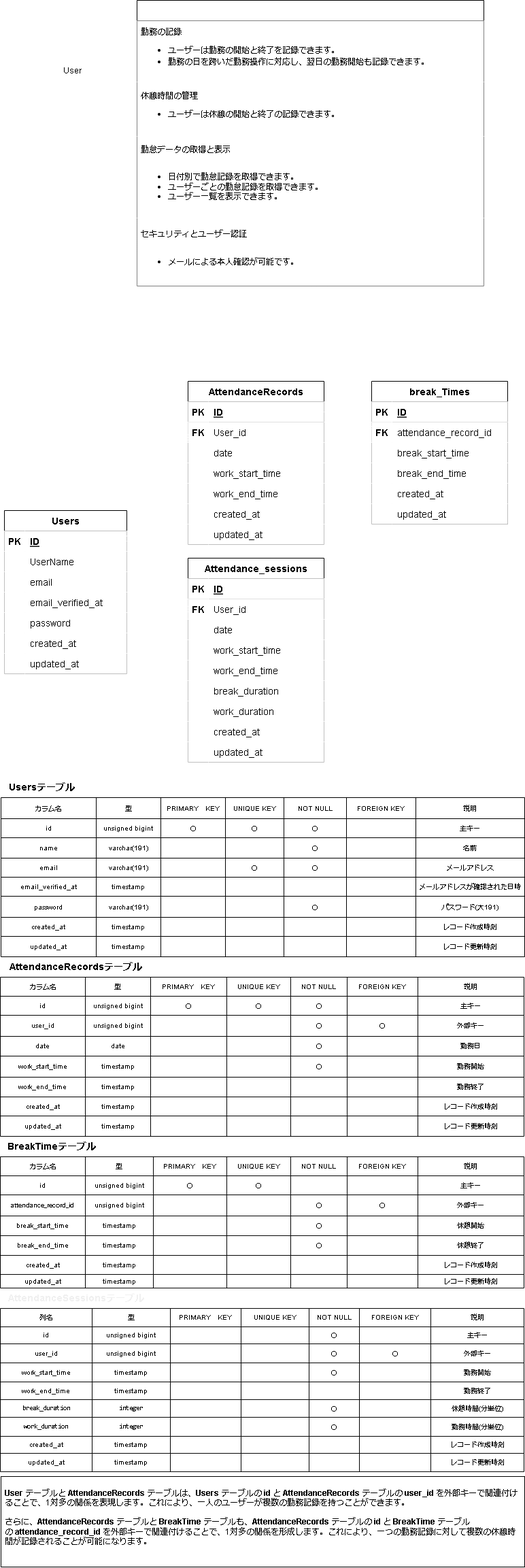
This is atte.drawio.png from ponponmama/20240625-erika_hara-atte, a draw.io export, as it was before one commit. Source tidied: cells renumbered, new cells last; positions are measured from the earlier drawing's top-left corner, leaving out a move shared by most shapes.
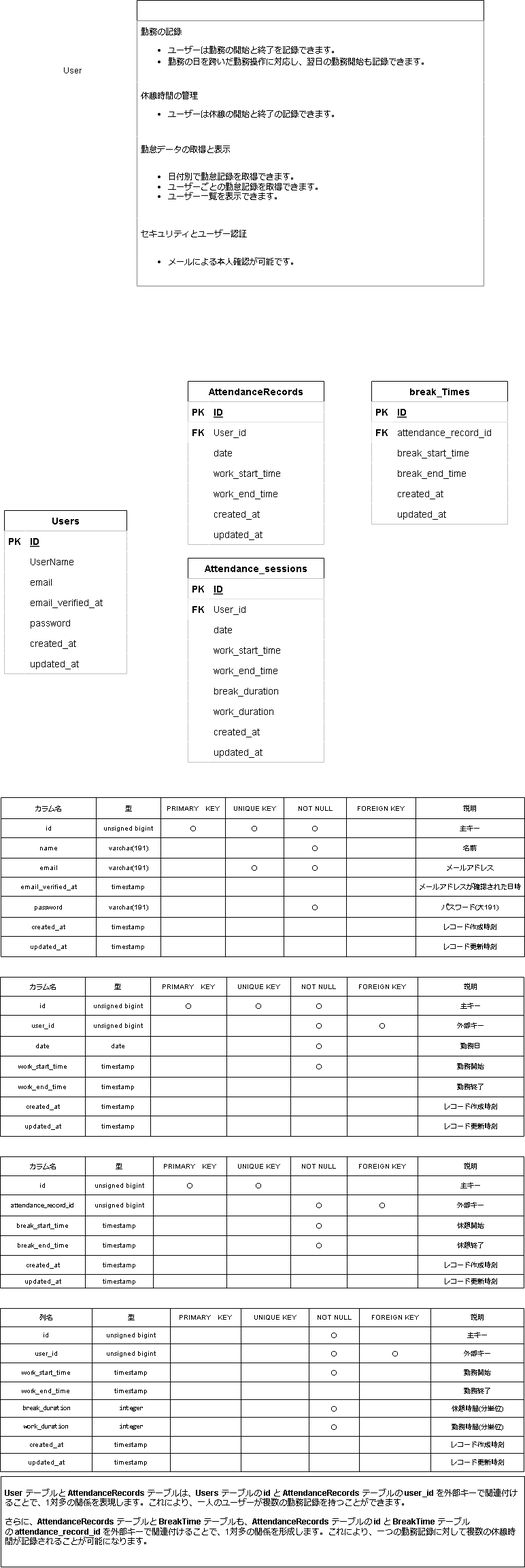
Later version of the same file.

Commit message:
文 字色を修正

The edit, as a diff of the source:
```diff
@@ -490,7 +490,7 @@
     <mxCell id="163" value="&lt;font style=&quot;font-size: 10px;&quot;&gt;レコード更新時刻&lt;/font&gt;" style="shape=partialRectangle;html=1;whiteSpace=wrap;fillColor=none;top=0;left=0;bottom=0;right=0;overflow=hidden;fontSize=10;" parent="156" vertex="1">
       <mxGeometry x="610" width="160" height="30" as="geometry" />
     </mxCell>
-    <mxCell id="164" value="&lt;font style=&quot;font-size: 14px;&quot;&gt;Usersテーブル&lt;/font&gt;" style="text;html=1;align=center;verticalAlign=middle;strokeColor=none;fillColor=none;fontSize=14;fontStyle=1;fontColor=default;" parent="1" vertex="1">
+    <mxCell id="164" value="&lt;font style=&quot;font-size: 14px;&quot;&gt;Usersテーブル&lt;/font&gt;" style="text;html=1;align=center;verticalAlign=middle;strokeColor=none;fillColor=none;fontSize=14;fontStyle=1;fontColor=#FFFFFF;" parent="1" vertex="1">
       <mxGeometry x="1" y="1142" width="120" height="30" as="geometry" />
     </mxCell>
     <mxCell id="165" style="shape=table;html=1;whiteSpace=wrap;startSize=0;fontSize=10;" parent="1" vertex="1">
@@ -688,7 +688,7 @@
     <mxCell id="229" value="レコード更新時刻" style="shape=partialRectangle;html=1;whiteSpace=wrap;fillColor=none;top=0;left=0;bottom=0;right=0;overflow=hidden;fontSize=10;" parent="222" vertex="1">
       <mxGeometry x="614" width="156" height="30" as="geometry" />
     </mxCell>
-    <mxCell id="230" value="&lt;font style=&quot;font-size: 14px;&quot;&gt;AttendanceRecordsテーブル&lt;/font&gt;" style="text;html=1;align=center;verticalAlign=middle;strokeColor=none;fillColor=none;fontSize=14;fontStyle=1;fontColor=default;" parent="1" vertex="1">
+    <mxCell id="230" value="&lt;font style=&quot;font-size: 14px;&quot;&gt;AttendanceRecordsテーブル&lt;/font&gt;" style="text;html=1;align=center;verticalAlign=middle;strokeColor=none;fillColor=none;fontSize=14;fontStyle=1;fontColor=#FFFFFF;" parent="1" vertex="1">
       <mxGeometry x="1" y="1406" width="220" height="30" as="geometry" />
     </mxCell>
     <mxCell id="231" style="shape=table;html=1;whiteSpace=wrap;startSize=0;fontSize=10;" parent="1" vertex="1">
@@ -862,7 +862,7 @@
     <mxCell id="287" value="レコード更新時刻" style="shape=partialRectangle;html=1;whiteSpace=wrap;fillColor=none;top=0;left=0;bottom=0;right=0;overflow=hidden;fontSize=10;" parent="280" vertex="1">
       <mxGeometry x="614" width="156" height="20" as="geometry" />
     </mxCell>
-    <mxCell id="288" value="&lt;font style=&quot;font-size: 14px;&quot;&gt;BreakTimeテーブル&lt;/font&gt;" style="text;html=1;align=center;verticalAlign=middle;strokeColor=none;fillColor=none;fontSize=14;fontStyle=1;fontColor=default;" parent="1" vertex="1">
+    <mxCell id="288" value="&lt;font style=&quot;font-size: 14px;&quot;&gt;BreakTimeテーブル&lt;/font&gt;" style="text;html=1;align=center;verticalAlign=middle;strokeColor=none;fillColor=none;fontSize=14;fontStyle=1;fontColor=#FFFFFF;" parent="1" vertex="1">
       <mxGeometry y="1670" width="150" height="30" as="geometry" />
     </mxCell>
     <mxCell id="289" style="shape=table;html=1;whiteSpace=wrap;startSize=0;fontSize=10;fontColor=default;" parent="1" vertex="1">
@@ -1087,7 +1087,7 @@
     <mxCell id="362" value="&lt;section style=&quot;border-radius: 4px; margin: 6px 0px; padding: 4px; position: relative; scroll-margin-bottom: 40px; scroll-margin-top: 40px;&quot; class=&quot;markdown-section&quot; id=&quot;markdown-section-6a392228-1386-4255-89c0-1edfaf3b80cf-4&quot;&gt;&lt;span style=&quot;font-weight: 600; margin-top: 0px;&quot;&gt;User&lt;/span&gt;&amp;nbsp;テーブルと&amp;nbsp;&lt;span style=&quot;font-weight: 600;&quot;&gt;AttendanceRecords&lt;/span&gt;&amp;nbsp;テーブルは、&lt;span style=&quot;font-weight: 600;&quot;&gt;Users&lt;/span&gt;&amp;nbsp;テーブルの&amp;nbsp;&lt;span style=&quot;font-weight: 600;&quot;&gt;id&lt;/span&gt;&amp;nbsp;と&amp;nbsp;&lt;span style=&quot;font-weight: 600;&quot;&gt;AttendanceRecords&lt;/span&gt;&amp;nbsp;テーブルの&amp;nbsp;&lt;span style=&quot;font-weight: 600;&quot;&gt;user_id&lt;/span&gt;&lt;span style=&quot;margin-bottom: 0px;&quot;&gt;&amp;nbsp;を外部キーで関連付けることで、1対多の関係を表現します。これにより、一人のユーザーが複数の勤務記録を持つことができます。&lt;/span&gt;&lt;/section&gt;&lt;section style=&quot;border-radius: 4px; margin: 6px 0px; padding: 4px; position: relative; scroll-margin-bottom: 40px; scroll-margin-top: 40px;&quot; data-markdown-raw=&quot;さらに、**AttendanceRecords** テーブルと **BreakTime** テーブルも、**AttendanceRecords** テーブルの **id** と **BreakTime** テーブルの **attendance_record_id** を外部キーで関連付けることで、1対多の関係を形成します。これにより、一つの勤務記録に対して複数の休憩時間が記録されることが可能になります。&quot; class=&quot;markdown-section&quot; id=&quot;markdown-section-6a392228-1386-4255-89c0-1edfaf3b80cf-6&quot;&gt;&lt;div style=&quot;animation: auto ease 0s 1 normal none running none !important;&quot; class=&quot;markdown-section-toolbar&quot;&gt;&lt;div style=&quot;animation: auto ease 0s 1 normal none running none !important; height: 0px; width: 481px;&quot;&gt;&lt;div style=&quot;border-radius: 4px; display: flex; gap: 4px; opacity: 1; position: absolute; right: 8px; top: 0px; transform: translateY(-85%); z-index: 303; animation: auto ease 0s 1 normal none running none !important;&quot; class=&quot;markdown-section-toolbar-internal&quot;&gt;&lt;div style=&quot;display: flex; position: relative; align-items: center; border-radius: 3px; color: var(--vscode-foreground); cursor: pointer; height: 20px; justify-content: center; opacity: 0.3; width: 16px; animation: auto ease 0s 1 normal none running none !important;&quot; class=&quot;markdown-section-toolbar-item tooltip tooltip-top tooltip-delay-medium dark&quot;&gt;&lt;span style=&quot;border-radius: 6px; color: var(--vscode-editor-foreground); font-size: 10px; opacity: 0; padding: 0px 4px; position: absolute; transition: opacity 0.3s ease 0.5s; visibility: hidden; width: max-content; z-index: 1; bottom: 20px; left: 8px; transform: translateX(-50%); animation: auto ease 0s 1 normal none running none !important; box-shadow: rgba(255, 255, 255, 0.1) 0px 4px 8px !important; background-color: rgba(255, 255, 255, 0.1) !important; border-color: rgba(255, 255, 255, 0.2) !important;&quot; class=&quot;tooltip-text&quot;&gt;&lt;/span&gt;&lt;span style=&quot;display: inline-block; font-variant-numeric: normal; font-variant-east-asian: normal; font-variant-alternates: normal; font-kerning: auto; font-optical-sizing: auto; font-feature-settings: normal; font-variation-settings: normal; font-variant-position: normal; font-stretch: normal; font-size: 16px; line-height: 1; font-family: codicon; text-rendering: auto; -webkit-font-smoothing: antialiased; user-select: none; animation: auto ease 0s 1 normal none running none !important;&quot; class=&quot;codicon codicon-reply&quot;&gt;&lt;/span&gt;&lt;/div&gt;&lt;div style=&quot;display: flex; position: relative; align-items: center; border-radius: 3px; color: var(--vscode-foreground); cursor: pointer; height: 20px; justify-content: center; opacity: 0.3; width: 16px; animation: auto ease 0s 1 normal none running none !important;&quot; class=&quot;markdown-section-toolbar-item tooltip tooltip-top tooltip-delay-medium dark&quot;&gt;&lt;span style=&quot;border-radius: 6px; color: var(--vscode-editor-foreground); font-size: 10px; opacity: 0; padding: 0px 4px; position: absolute; transition: opacity 0.3s ease 0.5s; visibility: hidden; width: max-content; z-index: 1; bottom: 20px; left: 8px; transform: translateX(-50%); animation: auto ease 0s 1 normal none running none !important; box-shadow: rgba(255, 255, 255, 0.1) 0px 4px 8px !important; background-color: rgba(255, 255, 255, 0.1) !important; border-color: rgba(255, 255, 255, 0.2) !important;&quot; class=&quot;tooltip-text&quot;&gt;&lt;/span&gt;&lt;span style=&quot;display: inline-block; font-variant-numeric: normal; font-variant-east-asian: normal; font-variant-alternates: normal; font-kerning: auto; font-optical-sizing: auto; font-feature-settings: normal; font-variation-settings: normal; font-variant-position: normal; font-stretch: normal; font-size: 16px; line-height: 1; font-family: codicon; text-rendering: auto; -webkit-font-smoothing: antialiased; user-select: none; animation: auto ease 0s 1 normal none running none !important;&quot; class=&quot;codicon codicon-play&quot;&gt;&lt;/span&gt;&lt;/div&gt;&lt;div style=&quot;display: flex; position: relative; align-items: center; border-radius: 3px; color: var(--vscode-foreground); cursor: pointer; height: 20px; justify-content: center; opacity: 0.3; width: 16px; animation: auto ease 0s 1 normal none running none !important; pointer-events: auto;&quot; class=&quot;markdown-section-toolbar-item markdown-section-toolbar-copy tooltip tooltip-top tooltip-delay-medium dark&quot;&gt;&lt;span style=&quot;border-radius: 6px; color: var(--vscode-editor-foreground); font-size: 10px; opacity: 0; padding: 0px 4px; position: absolute; transition: opacity 0.3s ease 0.5s; visibility: hidden; width: max-content; z-index: 1; bottom: 20px; left: 8px; transform: translateX(-50%); animation: auto ease 0s 1 normal none running none !important; box-shadow: rgba(255, 255, 255, 0.1) 0px 4px 8px !important; background-color: rgba(255, 255, 255, 0.1) !important; border-color: rgba(255, 255, 255, 0.2) !important;&quot; class=&quot;tooltip-text&quot;&gt;&lt;/span&gt;&lt;span style=&quot;display: inline-block; font-variant-numeric: normal; font-variant-east-asian: normal; font-variant-alternates: normal; font-kerning: auto; font-optical-sizing: auto; font-feature-settings: normal; font-variation-settings: normal; font-variant-position: normal; font-stretch: normal; font-size: 16px; line-height: 1; font-family: codicon; text-rendering: auto; -webkit-font-smoothing: antialiased; user-select: none; animation: auto ease 0s 1 normal none running none !important;&quot; class=&quot;codicon codicon-copy&quot;&gt;&lt;/span&gt;&lt;/div&gt;&lt;/div&gt;&lt;/div&gt;&lt;/div&gt;&lt;span style=&quot;margin-top: 0px;&quot;&gt;さらに、&lt;/span&gt;&lt;span style=&quot;font-weight: 600;&quot;&gt;AttendanceRecords&lt;/span&gt;&amp;nbsp;テーブルと&amp;nbsp;&lt;span style=&quot;font-weight: 600;&quot;&gt;BreakTime&lt;/span&gt;&amp;nbsp;テーブルも、&lt;span style=&quot;font-weight: 600;&quot;&gt;AttendanceRecords&lt;/span&gt;&amp;nbsp;テーブルの&amp;nbsp;&lt;span style=&quot;font-weight: 600;&quot;&gt;id&lt;/span&gt;&amp;nbsp;と&amp;nbsp;&lt;span style=&quot;font-weight: 600;&quot;&gt;BreakTime&lt;/span&gt;&amp;nbsp;テーブルの&amp;nbsp;&lt;span style=&quot;font-weight: 600;&quot;&gt;attendance_record_id&lt;/span&gt;&lt;span style=&quot;margin-bottom: 0px;&quot;&gt;&amp;nbsp;を外部キーで関連付けることで、1対多の関係を形成します。これにより、一つの勤務記録に対して複数の休憩時間が記録されることが可能になります。&lt;/span&gt;&lt;/section&gt;&lt;section style=&quot;border-radius: 4px; margin: 6px 0px; padding: 4px; position: relative; scroll-margin-bottom: 40px; scroll-margin-top: 40px;&quot; class=&quot;markdown-section&quot; id=&quot;markdown-section-6a392228-1386-4255-89c0-1edfaf3b80cf-8&quot;&gt;&lt;div style=&quot;color: rgb(214, 214, 221); font-family: &amp;quot;Segoe WPC&amp;quot;, &amp;quot;Segoe UI&amp;quot;, &amp;quot;Yu Gothic UI&amp;quot;, &amp;quot;Meiryo UI&amp;quot;, sans-serif; font-size: 13px; background-color: rgb(24, 24, 24); animation: auto ease 0s 1 normal none running none !important;&quot; class=&quot;markdown-section-toolbar&quot;&gt;&lt;div style=&quot;animation: auto ease 0s 1 normal none running none !important; height: 0px; width: 481px;&quot;&gt;&lt;div style=&quot;border-radius: 4px; display: flex; gap: 4px; opacity: 0; position: absolute; right: 8px; top: 0px; transform: translateY(-85%); z-index: 303; animation: auto ease 0s 1 normal none running none !important;&quot; class=&quot;markdown-section-toolbar-internal&quot;&gt;&lt;div style=&quot;display: flex; position: relative; align-items: center; border-radius: 3px; color: var(--vscode-foreground); cursor: pointer; height: 20px; justify-content: center; opacity: 0.3; width: 16px; animation: auto ease 0s 1 normal none running none !important;&quot; class=&quot;markdown-section-toolbar-item tooltip tooltip-top tooltip-delay-medium dark&quot;&gt;&lt;span style=&quot;border-radius: 6px; color: var(--vscode-editor-foreground); font-size: 10px; opacity: 0; padding: 0px 4px; position: absolute; transition: opacity 0.3s ease 0.5s; visibility: hidden; width: max-content; z-index: 1; bottom: 20px; left: 8px; transform: translateX(-50%); animation: auto ease 0s 1 normal none running none !important; box-shadow: rgba(255, 255, 255, 0.1) 0px 4px 8px !important; background-color: rgba(255, 255, 255, 0.1) !important; border-color: rgba(255, 255, 255, 0.2) !important;&quot; class=&quot;tooltip-text&quot;&gt;&lt;/span&gt;&lt;span style=&quot;display: inline-block; font-variant-numeric: normal; font-variant-east-asian: normal; font-variant-alternates: normal; font-kerning: auto; font-optical-sizing: auto; font-feature-settings: normal; font-variation-settings: normal; font-variant-position: normal; font-stretch: normal; font-size: 16px; line-height: 1; font-family: codicon; text-rendering: auto; -webkit-font-smoothing: antialiased; user-select: none; animation: auto ease 0s 1 normal none running none !important;&quot; class=&quot;codicon codicon-reply&quot;&gt;&lt;/span&gt;&lt;/div&gt;&lt;div style=&quot;display: flex; position: relative; align-items: center; border-radius: 3px; color: var(--vscode-foreground); cursor: pointer; height: 20px; justify-content: center; opacity: 0.3; width: 16px; animation: auto ease 0s 1 normal none running none !important;&quot; class=&quot;markdown-section-toolbar-item tooltip tooltip-top tooltip-delay-medium dark&quot;&gt;&lt;span style=&quot;border-radius: 6px; color: var(--vscode-editor-foreground); font-size: 10px; opacity: 0; padding: 0px 4px; position: absolute; transition: opacity 0.3s ease 0.5s; visibility: hidden; width: max-content; z-index: 1; bottom: 20px; left: 8px; transform: translateX(-50%); animation: auto ease 0s 1 normal none running none !important; box-shadow: rgba(255, 255, 255, 0.1) 0px 4px 8px !important; background-color: rgba(255, 255, 255, 0.1) !important; border-color: rgba(255, 255, 255, 0.2) !important;&quot; class=&quot;tooltip-text&quot;&gt;&lt;/span&gt;&lt;span style=&quot;display: inline-block; font-variant-numeric: normal; font-variant-east-asian: normal; font-variant-alternates: normal; font-kerning: auto; font-optical-sizing: auto; font-feature-settings: normal; font-variation-settings: normal; font-variant-position: normal; font-stretch: normal; font-size: 16px; line-height: 1; font-family: codicon; text-rendering: auto; -webkit-font-smoothing: antialiased; user-select: none; animation: auto ease 0s 1 normal none running none !important;&quot; class=&quot;codicon codicon-play&quot;&gt;&lt;/span&gt;&lt;/div&gt;&lt;div style=&quot;display: flex; position: relative; align-items: center; border-radius: 3px; color: var(--vscode-foreground); cursor: pointer; height: 20px; justify-content: center; opacity: 0.3; width: 16px; animation: auto ease 0s 1 normal none running none !important; pointer-events: auto;&quot; class=&quot;markdown-section-toolbar-item markdown-section-toolbar-copy tooltip tooltip-top tooltip-delay-medium dark&quot;&gt;&lt;span style=&quot;border-radius: 6px; color: var(--vscode-editor-foreground); font-size: 10px; opacity: 0; padding: 0px 4px; position: absolute; transition: opacity 0.3s ease 0.5s; visibility: hidden; width: max-content; z-index: 1; bottom: 20px; left: 8px; transform: translateX(-50%); animation: auto ease 0s 1 normal none running none !important; box-shadow: rgba(255, 255, 255, 0.1) 0px 4px 8px !important; background-color: rgba(255, 255, 255, 0.1) !important; border-color: rgba(255, 255, 255, 0.2) !important;&quot; class=&quot;tooltip-text&quot;&gt;&lt;/span&gt;&lt;span style=&quot;display: inline-block; font-variant-numeric: normal; font-variant-east-asian: normal; font-variant-alternates: normal; font-kerning: auto; font-optical-sizing: auto; font-feature-settings: normal; font-variation-settings: normal; font-variant-position: normal; font-stretch: normal; font-size: 16px; line-height: 1; font-family: codicon; text-rendering: auto; -webkit-font-smoothing: antialiased; user-select: none; animation: auto ease 0s 1 normal none running none !important;&quot; class=&quot;codicon codicon-copy&quot;&gt;&lt;/span&gt;&lt;/div&gt;&lt;/div&gt;&lt;/div&gt;&lt;/div&gt;&lt;span style=&quot;color: rgb(214, 214, 221); font-family: &amp;quot;Segoe WPC&amp;quot;, &amp;quot;Segoe UI&amp;quot;, &amp;quot;Yu Gothic UI&amp;quot;, &amp;quot;Meiryo UI&amp;quot;, sans-serif; font-size: 13px; background-color: rgb(24, 24, 24); margin-top: 0px; margin-bottom: 0px;&quot;&gt;&lt;/span&gt;&lt;/section&gt;" style="rounded=0;whiteSpace=wrap;html=1;align=left;" parent="1" vertex="1">
       <mxGeometry x="1" y="2170" width="770" height="133" as="geometry" />
     </mxCell>
-    <mxCell id="363" value="&lt;font style=&quot;font-size: 14px;&quot;&gt;AttendanceSessionsテーブル&lt;/font&gt;" style="text;html=1;align=center;verticalAlign=middle;strokeColor=none;fillColor=none;fontSize=14;fontStyle=1;fontColor=#F0F0F0;" parent="1" vertex="1">
+    <mxCell id="363" value="&lt;font style=&quot;font-size: 14px;&quot;&gt;AttendanceSessionsテーブル&lt;/font&gt;" style="text;html=1;align=center;verticalAlign=middle;strokeColor=none;fillColor=none;fontSize=14;fontStyle=1;fontColor=#FFFFFF;" parent="1" vertex="1">
       <mxGeometry x="1" y="1892.9" width="220" height="30" as="geometry" />
     </mxCell>
     <mxCell id="364" style="edgeStyle=none;html=1;strokeColor=#FFFFFF;" parent="1" edge="1" source="365">
```
